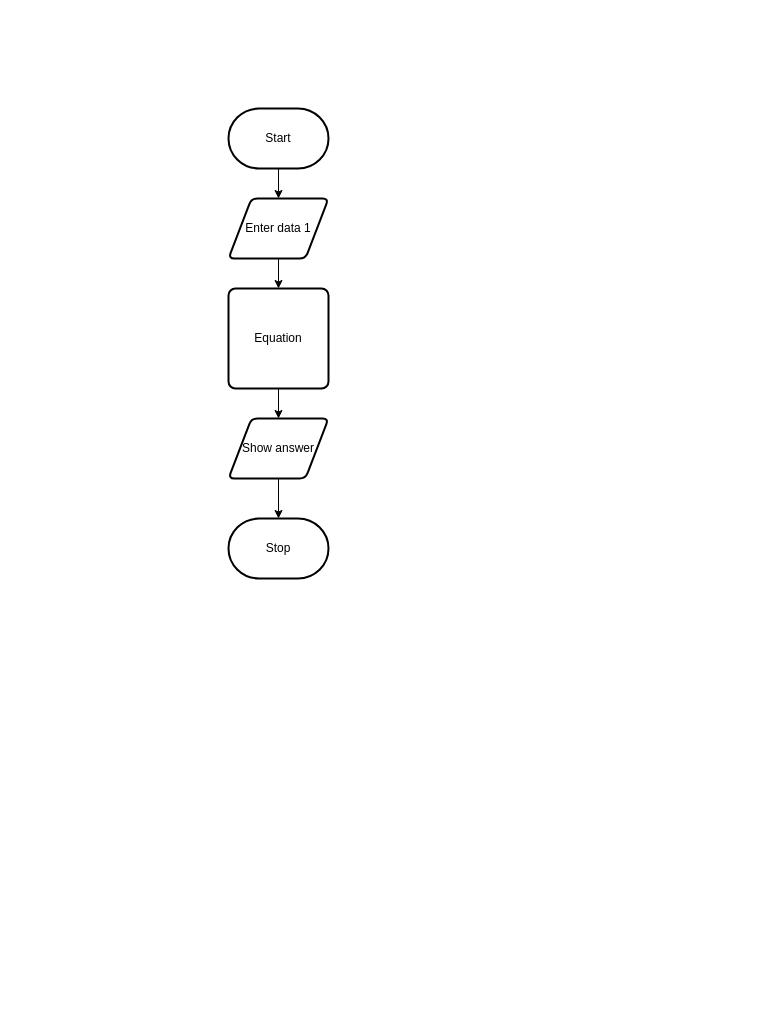
Above: design/flowchart.drawio in MTHS-ICS2O-2-2022/ICS2O-Unit-5-03-Jaden-Plugowsky (draw.io), before the change. Source tidied: cells renumbered, new cells numbered last; positions are measured from the earlier drawing's top-left corner, leaving out a move shared by most shapes. Both pictures are drawn from the tidied source at 100%, with x=0, y=0 at pixel (228, 108).
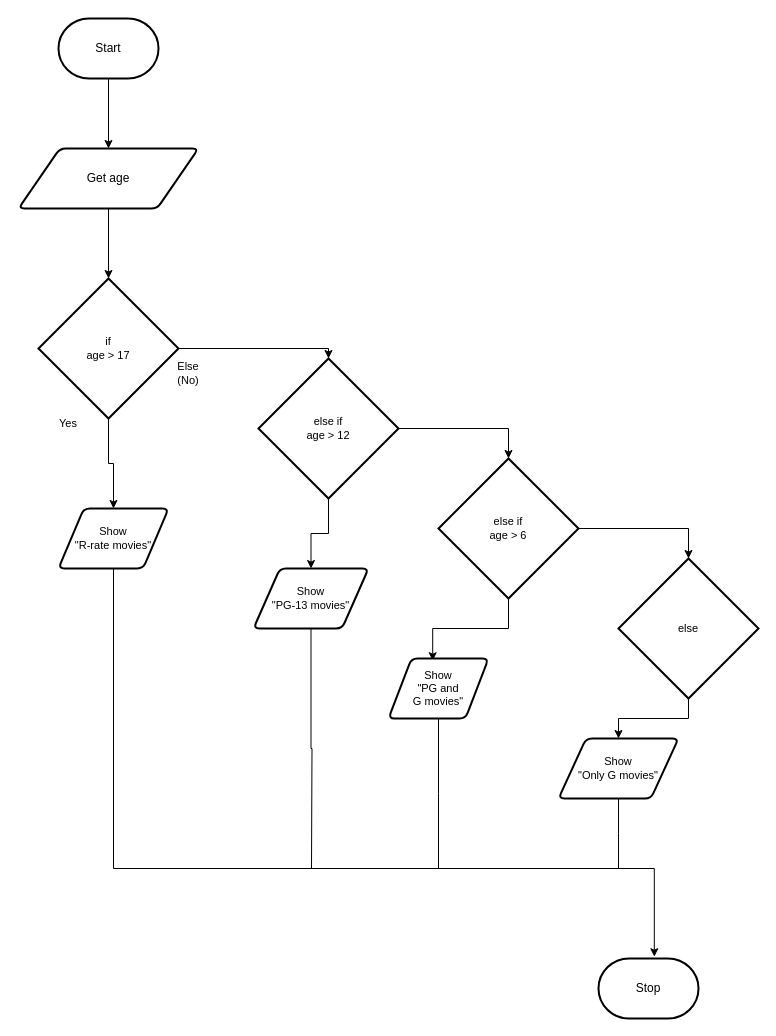
After the change.

Change to the diagram source:
```diff
@@
-    <mxCell id="2" style="edgeStyle=orthogonalEdgeStyle;html=1;entryX=0.5;entryY=0;entryDx=0;entryDy=0;rounded=0;" parent="1" edge="1" source="3" target="6">
-      <mxGeometry relative="1" as="geometry" />
-    </mxCell>
+    <mxCell id="11" style="edgeStyle=none;html=1;entryX=0.5;entryY=0;entryDx=0;entryDy=0;" parent="1" edge="1" source="3" target="13">
+      <mxGeometry relative="1" as="geometry" />
+    </mxCell>
     <mxCell id="3" value="Start" style="strokeWidth=2;html=1;shape=mxgraph.flowchart.terminator;whiteSpace=wrap;" parent="1" vertex="1">
-      <mxGeometry width="100" height="60" as="geometry" />
+      <mxGeometry x="-170" y="-90" width="100" height="60" as="geometry" />
     </mxCell>
     <mxCell id="4" value="Stop" style="strokeWidth=2;html=1;shape=mxgraph.flowchart.terminator;whiteSpace=wrap;" parent="1" vertex="1">
-      <mxGeometry y="410" width="100" height="60" as="geometry" />
+      <mxGeometry x="370" y="850" width="100" height="60" as="geometry" />
     </mxCell>
-    <mxCell id="5" style="edgeStyle=orthogonalEdgeStyle;shape=connector;rounded=0;html=1;entryX=0.5;entryY=0;entryDx=0;entryDy=0;labelBackgroundColor=default;strokeColor=default;fontFamily=Helvetica;fontSize=11;fontColor=default;endArrow=classic;" parent="1" edge="1" source="6" target="10">
-      <mxGeometry relative="1" as="geometry" />
-    </mxCell>
-    <mxCell id="6" value="Enter data 1" style="shape=parallelogram;html=1;strokeWidth=2;perimeter=parallelogramPerimeter;whiteSpace=wrap;rounded=1;arcSize=12;size=0.23;" parent="1" vertex="1">
-      <mxGeometry y="90" width="100" height="60" as="geometry" />
-    </mxCell>
-    <mxCell id="7" style="edgeStyle=orthogonalEdgeStyle;shape=connector;rounded=0;html=1;labelBackgroundColor=default;strokeColor=default;fontFamily=Helvetica;fontSize=11;fontColor=default;endArrow=classic;" parent="1" edge="1" source="8" target="4">
-      <mxGeometry relative="1" as="geometry" />
-    </mxCell>
-    <mxCell id="8" value="Show answer" style="shape=parallelogram;html=1;strokeWidth=2;perimeter=parallelogramPerimeter;whiteSpace=wrap;rounded=1;arcSize=12;size=0.23;" parent="1" vertex="1">
-      <mxGeometry y="310" width="100" height="60" as="geometry" />
-    </mxCell>
-    <mxCell id="9" style="edgeStyle=orthogonalEdgeStyle;shape=connector;rounded=0;html=1;entryX=0.5;entryY=0;entryDx=0;entryDy=0;labelBackgroundColor=default;strokeColor=default;fontFamily=Helvetica;fontSize=11;fontColor=default;endArrow=classic;" parent="1" edge="1" source="10" target="8">
-      <mxGeometry relative="1" as="geometry" />
-    </mxCell>
-    <mxCell id="10" value="Equation" style="rounded=1;whiteSpace=wrap;html=1;absoluteArcSize=1;arcSize=14;strokeWidth=2;" parent="1" vertex="1">
-      <mxGeometry y="180" width="100" height="100" as="geometry" />
-    </mxCell>
+    <mxCell id="12" style="edgeStyle=orthogonalEdgeStyle;shape=connector;rounded=0;html=1;entryX=0.5;entryY=0;entryDx=0;entryDy=0;entryPerimeter=0;labelBackgroundColor=default;strokeColor=default;fontFamily=Helvetica;fontSize=11;fontColor=default;endArrow=classic;elbow=vertical;" parent="1" edge="1" source="13" target="16">
+      <mxGeometry relative="1" as="geometry" />
+    </mxCell>
+    <mxCell id="13" value="Get age" style="shape=parallelogram;html=1;strokeWidth=2;perimeter=parallelogramPerimeter;whiteSpace=wrap;rounded=1;arcSize=12;size=0.23;" parent="1" vertex="1">
+      <mxGeometry x="-210" y="40" width="180" height="60" as="geometry" />
+    </mxCell>
+    <mxCell id="14" style="edgeStyle=orthogonalEdgeStyle;shape=connector;rounded=0;html=1;entryX=0.5;entryY=0;entryDx=0;entryDy=0;labelBackgroundColor=default;strokeColor=default;fontFamily=Helvetica;fontSize=11;fontColor=default;endArrow=classic;elbow=vertical;" parent="1" edge="1" source="16" target="18">
+      <mxGeometry relative="1" as="geometry" />
+    </mxCell>
+    <mxCell id="15" style="edgeStyle=orthogonalEdgeStyle;shape=connector;rounded=0;html=1;entryX=0.5;entryY=0;entryDx=0;entryDy=0;entryPerimeter=0;labelBackgroundColor=default;strokeColor=default;fontFamily=Helvetica;fontSize=11;fontColor=default;endArrow=classic;elbow=vertical;" parent="1" edge="1" source="16" target="25">
+      <mxGeometry relative="1" as="geometry" />
+    </mxCell>
+    <mxCell id="16" value="if&lt;br&gt;age &amp;gt; 17" style="strokeWidth=2;html=1;shape=mxgraph.flowchart.decision;whiteSpace=wrap;fontFamily=Helvetica;fontSize=11;fontColor=default;" parent="1" vertex="1">
+      <mxGeometry x="-190" y="170" width="140" height="140" as="geometry" />
+    </mxCell>
+    <mxCell id="17" style="edgeStyle=orthogonalEdgeStyle;shape=connector;rounded=0;html=1;entryX=0.558;entryY=-0.03;entryDx=0;entryDy=0;entryPerimeter=0;labelBackgroundColor=default;strokeColor=default;fontFamily=Helvetica;fontSize=11;fontColor=default;endArrow=classic;elbow=vertical;" parent="1" edge="1" source="18" target="4">
+      <mxGeometry relative="1" as="geometry">
+        <Array as="points">
+          <mxPoint x="-115" y="760" />
+          <mxPoint x="426" y="760" />
+        </Array>
+      </mxGeometry>
+    </mxCell>
+    <mxCell id="18" value="Show&lt;br&gt;&quot;R-rate movies&quot;" style="shape=parallelogram;html=1;strokeWidth=2;perimeter=parallelogramPerimeter;whiteSpace=wrap;rounded=1;arcSize=12;size=0.23;fontFamily=Helvetica;fontSize=11;fontColor=default;" parent="1" vertex="1">
+      <mxGeometry x="-170" y="400" width="110" height="60" as="geometry" />
+    </mxCell>
+    <mxCell id="19" style="edgeStyle=orthogonalEdgeStyle;shape=connector;rounded=0;html=1;labelBackgroundColor=default;strokeColor=default;fontFamily=Helvetica;fontSize=11;fontColor=default;endArrow=none;elbow=vertical;endFill=0;" parent="1" edge="1" source="20">
+      <mxGeometry relative="1" as="geometry">
+        <mxPoint x="390" y="760" as="targetPoint" />
+      </mxGeometry>
+    </mxCell>
+    <mxCell id="20" value="Show&lt;br&gt;&quot;Only G movies&quot;" style="shape=parallelogram;html=1;strokeWidth=2;perimeter=parallelogramPerimeter;whiteSpace=wrap;rounded=1;arcSize=12;size=0.23;fontFamily=Helvetica;fontSize=11;fontColor=default;" parent="1" vertex="1">
+      <mxGeometry x="330" y="630" width="120" height="60" as="geometry" />
+    </mxCell>
+    <mxCell id="21" value="Yes" style="text;strokeColor=none;align=center;fillColor=none;html=1;verticalAlign=middle;whiteSpace=wrap;rounded=0;fontFamily=Helvetica;fontSize=11;fontColor=default;" parent="1" vertex="1">
+      <mxGeometry x="-190" y="300" width="60" height="30" as="geometry" />
+    </mxCell>
+    <mxCell id="22" value="Else&lt;br&gt;(No)" style="text;strokeColor=none;align=center;fillColor=none;html=1;verticalAlign=middle;whiteSpace=wrap;rounded=0;fontFamily=Helvetica;fontSize=11;fontColor=default;" parent="1" vertex="1">
+      <mxGeometry x="-70" y="250" width="60" height="30" as="geometry" />
+    </mxCell>
+    <mxCell id="23" style="edgeStyle=orthogonalEdgeStyle;shape=connector;rounded=0;html=1;entryX=0.5;entryY=0;entryDx=0;entryDy=0;labelBackgroundColor=default;strokeColor=default;fontFamily=Helvetica;fontSize=11;fontColor=default;endArrow=classic;elbow=vertical;" parent="1" edge="1" source="25" target="27">
+      <mxGeometry relative="1" as="geometry" />
+    </mxCell>
+    <mxCell id="24" style="edgeStyle=orthogonalEdgeStyle;shape=connector;rounded=0;html=1;entryX=0.5;entryY=0;entryDx=0;entryDy=0;entryPerimeter=0;labelBackgroundColor=default;strokeColor=default;fontFamily=Helvetica;fontSize=11;fontColor=default;endArrow=classic;elbow=vertical;" parent="1" edge="1" source="25" target="30">
+      <mxGeometry relative="1" as="geometry" />
+    </mxCell>
+    <mxCell id="25" value="else if&lt;br&gt;age &amp;gt; 12" style="strokeWidth=2;html=1;shape=mxgraph.flowchart.decision;whiteSpace=wrap;fontFamily=Helvetica;fontSize=11;fontColor=default;" parent="1" vertex="1">
+      <mxGeometry x="30" y="250" width="140" height="140" as="geometry" />
+    </mxCell>
+    <mxCell id="26" style="edgeStyle=orthogonalEdgeStyle;shape=connector;rounded=0;html=1;labelBackgroundColor=default;strokeColor=default;fontFamily=Helvetica;fontSize=11;fontColor=default;endArrow=none;elbow=vertical;endFill=0;" parent="1" edge="1" source="27">
+      <mxGeometry relative="1" as="geometry">
+        <mxPoint x="83" y="760" as="targetPoint" />
+      </mxGeometry>
+    </mxCell>
+    <mxCell id="27" value="Show&lt;br&gt;&quot;PG-13 movies&quot;" style="shape=parallelogram;html=1;strokeWidth=2;perimeter=parallelogramPerimeter;whiteSpace=wrap;rounded=1;arcSize=12;size=0.23;fontFamily=Helvetica;fontSize=11;fontColor=default;" parent="1" vertex="1">
+      <mxGeometry x="25" y="460" width="115" height="60" as="geometry" />
+    </mxCell>
+    <mxCell id="28" style="edgeStyle=orthogonalEdgeStyle;shape=connector;rounded=0;html=1;entryX=0.442;entryY=0.037;entryDx=0;entryDy=0;entryPerimeter=0;labelBackgroundColor=default;strokeColor=default;fontFamily=Helvetica;fontSize=11;fontColor=default;endArrow=classic;elbow=vertical;" parent="1" edge="1" source="30" target="32">
+      <mxGeometry relative="1" as="geometry" />
+    </mxCell>
+    <mxCell id="29" style="edgeStyle=orthogonalEdgeStyle;shape=connector;rounded=0;html=1;entryX=0.5;entryY=0;entryDx=0;entryDy=0;entryPerimeter=0;labelBackgroundColor=default;strokeColor=default;fontFamily=Helvetica;fontSize=11;fontColor=default;endArrow=classic;elbow=vertical;" parent="1" edge="1" source="30" target="34">
+      <mxGeometry relative="1" as="geometry" />
+    </mxCell>
+    <mxCell id="30" value="else if&lt;br&gt;age &amp;gt; 6" style="strokeWidth=2;html=1;shape=mxgraph.flowchart.decision;whiteSpace=wrap;fontFamily=Helvetica;fontSize=11;fontColor=default;" parent="1" vertex="1">
+      <mxGeometry x="210" y="350" width="140" height="140" as="geometry" />
+    </mxCell>
+    <mxCell id="31" style="edgeStyle=orthogonalEdgeStyle;shape=connector;rounded=0;html=1;labelBackgroundColor=default;strokeColor=default;fontFamily=Helvetica;fontSize=11;fontColor=default;endArrow=none;elbow=vertical;endFill=0;" parent="1" edge="1" source="32">
+      <mxGeometry relative="1" as="geometry">
+        <mxPoint x="210" y="760" as="targetPoint" />
+      </mxGeometry>
+    </mxCell>
+    <mxCell id="32" value="Show&lt;br&gt;&quot;PG and &lt;br&gt;G movies&quot;" style="shape=parallelogram;html=1;strokeWidth=2;perimeter=parallelogramPerimeter;whiteSpace=wrap;rounded=1;arcSize=12;size=0.23;fontFamily=Helvetica;fontSize=11;fontColor=default;" parent="1" vertex="1">
+      <mxGeometry x="160" y="550" width="100" height="60" as="geometry" />
+    </mxCell>
+    <mxCell id="33" style="edgeStyle=orthogonalEdgeStyle;shape=connector;rounded=0;html=1;entryX=0.5;entryY=0;entryDx=0;entryDy=0;labelBackgroundColor=default;strokeColor=default;fontFamily=Helvetica;fontSize=11;fontColor=default;endArrow=classic;elbow=vertical;" parent="1" edge="1" source="34" target="20">
+      <mxGeometry relative="1" as="geometry" />
+    </mxCell>
+    <mxCell id="34" value="else" style="strokeWidth=2;html=1;shape=mxgraph.flowchart.decision;whiteSpace=wrap;fontFamily=Helvetica;fontSize=11;fontColor=default;" parent="1" vertex="1">
+      <mxGeometry x="390" y="450" width="140" height="140" as="geometry" />
+    </mxCell>
```
